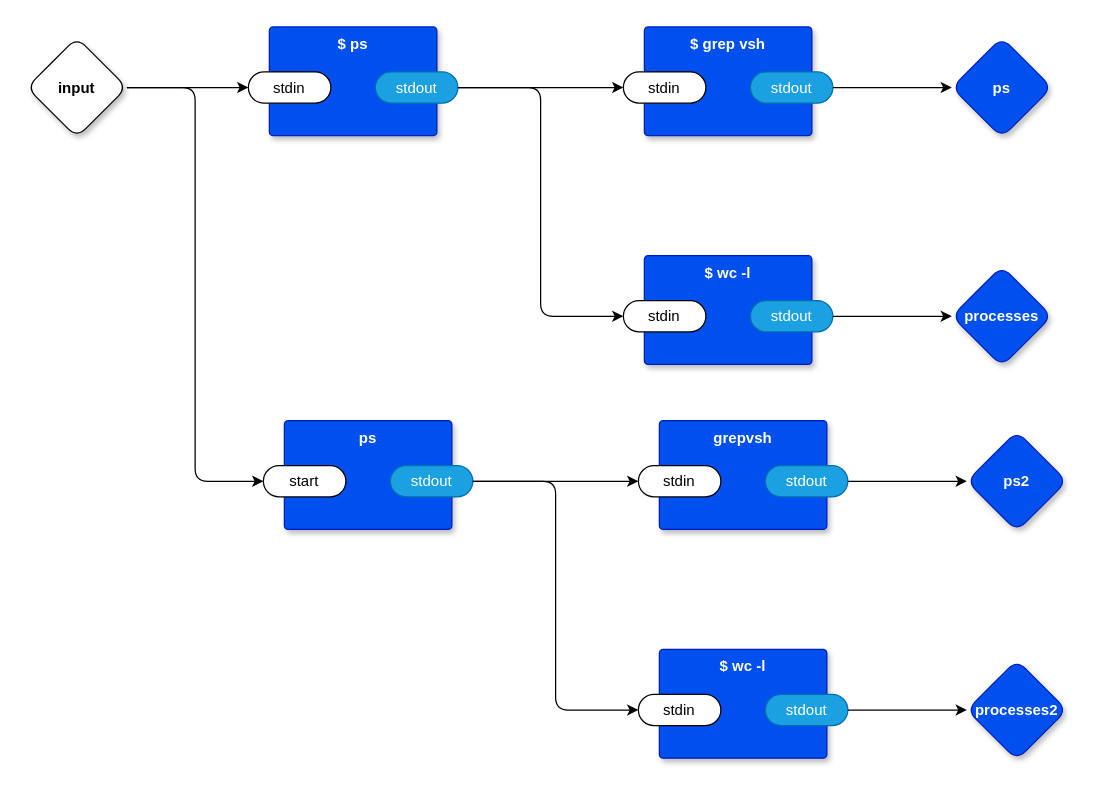
The draw.io diagram page "main" (1 of 4) of vsh.drawio in guitarvydas/odin0d, before the edit. Source tidied: cells renumbered, new cells numbered last; positions are measured from the earlier drawing's top-left corner, leaving out a move shared by most shapes. Both pictures are drawn from the tidied source at 125%, with x=0, y=0 at pixel (26, 26).
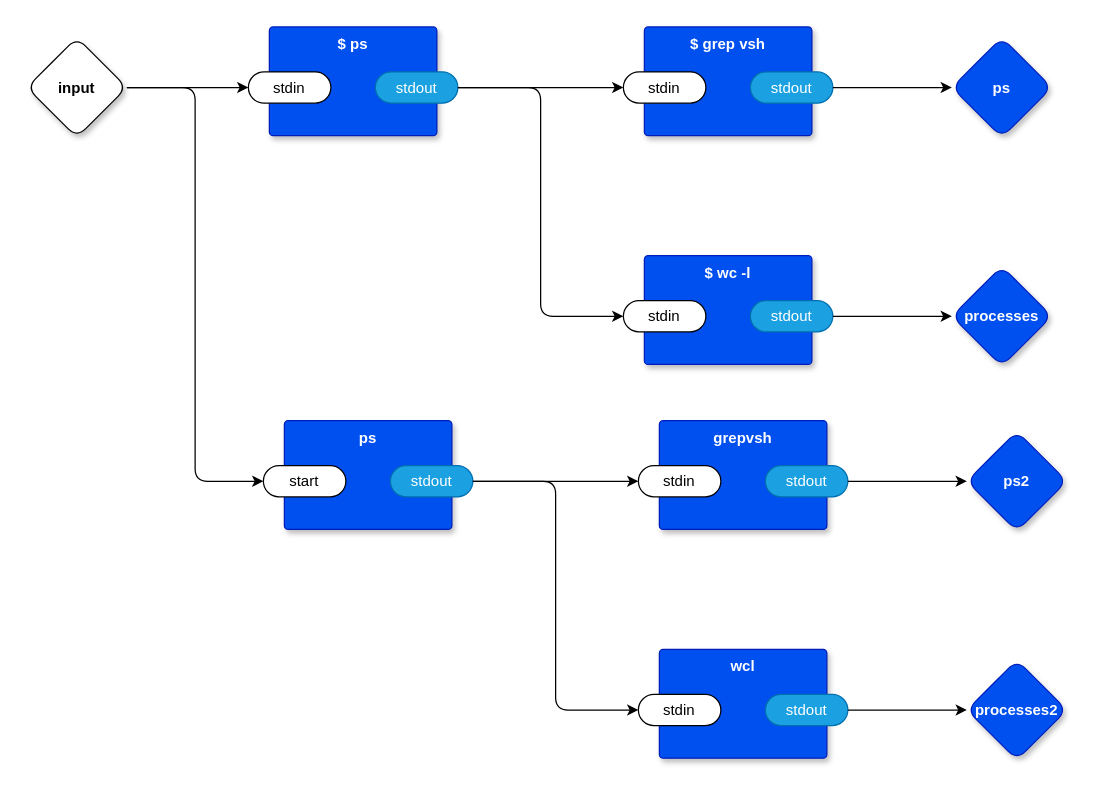
Above is the later version.

Commit message (it also covers changes not shown here):
hard coded "wc -l"

The edit, as a diff of the source:
```diff
@@
-    <mxCell id="29" value="$ wc -l" style="rounded=1;whiteSpace=wrap;html=1;sketch=0;verticalAlign=top;arcSize=6;fontStyle=1;absoluteArcSize=1;shadow=1;strokeColor=#001DBC;fillColor=#0050ef;fontColor=#ffffff;" parent="1" vertex="1">
+    <mxCell id="29" value="wcl" style="rounded=1;whiteSpace=wrap;html=1;sketch=0;verticalAlign=top;arcSize=6;fontStyle=1;absoluteArcSize=1;shadow=1;strokeColor=#001DBC;fillColor=#0050ef;fontColor=#ffffff;" parent="1" vertex="1">
       <mxGeometry x="506" y="498" width="134" height="87" as="geometry" />
     </mxCell>
```
